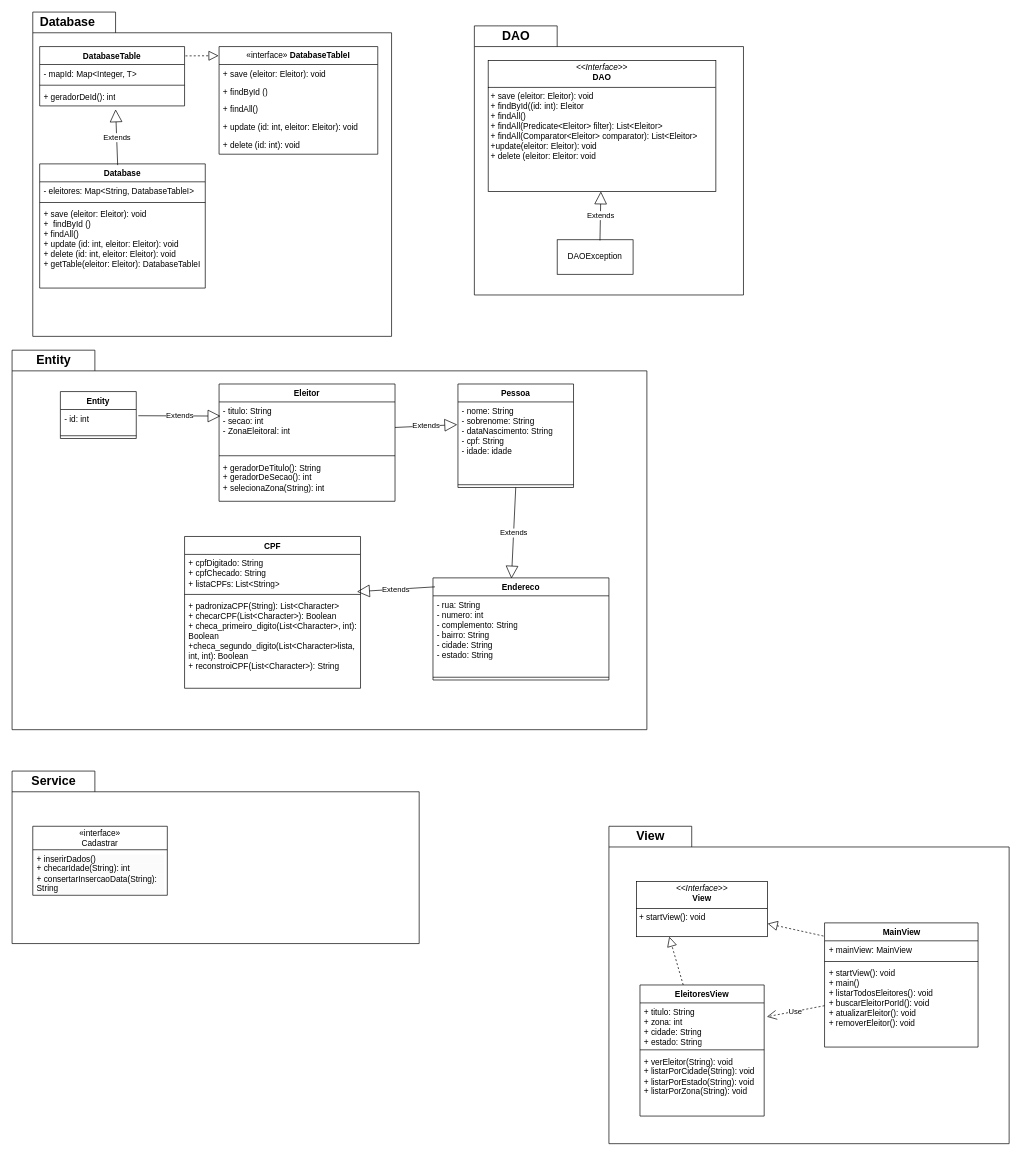
This is Diagrama sem nome.drawio from fseabra93/proj_final_LP2, a draw.io file, before an edit. Source tidied: cells renumbered, new cells numbered last; positions are measured from the earlier drawing's top-left corner, leaving out a move shared by most shapes. Both pictures are drawn from the tidied source at 69%, with x=0, y=0 at pixel (12, 12).
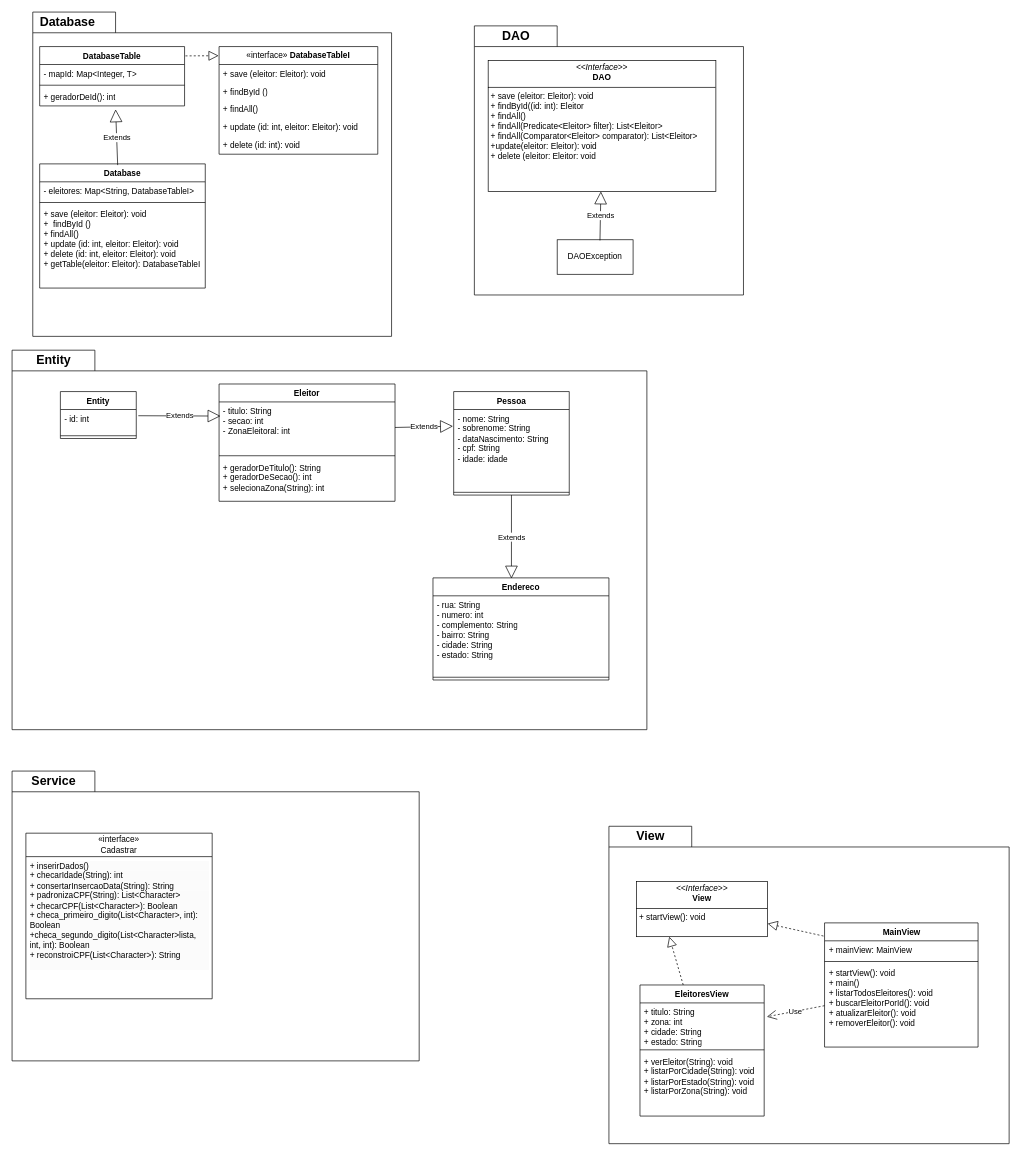
After the change.

The change refers to these unchanged cells:
```xml
<mxCell id="48" value="- titulo: String&lt;div&gt;- secao: int&lt;div&gt;&lt;div&gt;- ZonaEleitoral: int&lt;br&gt;&lt;/div&gt;&lt;/div&gt;&lt;/div&gt;&lt;div&gt;&lt;br&gt;&lt;/div&gt;" style="text;strokeColor=none;fillColor=none;align=left;verticalAlign=top;spacingLeft=4;spacingRight=4;overflow=hidden;points=[[0,0.5],[1,0.5]];portConstraint=eastwest;whiteSpace=wrap;html=1;" parent="47" vertex="1">
  <mxGeometry y="26" width="255" height="74" as="geometry" />
</mxCell>
<mxCell id="52" value="&lt;div&gt;- nome: String&lt;/div&gt;&lt;div&gt;- sobrenome: String&lt;/div&gt;&lt;div&gt;- dataNascimento: String&lt;/div&gt;&lt;div&gt;- cpf: String&lt;/div&gt;&lt;div&gt;- idade: idade&lt;/div&gt;" style="text;strokeColor=none;fillColor=none;align=left;verticalAlign=top;spacingLeft=4;spacingRight=4;overflow=hidden;points=[[0,0.5],[1,0.5]];portConstraint=eastwest;whiteSpace=wrap;html=1;" parent="51" vertex="1">
  <mxGeometry y="26" width="167.5" height="116" as="geometry" />
</mxCell>
<mxCell id="54" value="Endereco" style="swimlane;fontStyle=1;align=center;verticalAlign=top;horizontal=1;startSize=26;whiteSpace=wrap;html=1;" parent="1" vertex="1">
  <mxGeometry x="610" y="820" width="255" height="148" as="geometry" />
</mxCell>
```

Diff of the diagram source:
```diff
@@
     <mxCell id="44" style="shape=folder;fontStyle=1;spacingTop=10;tabWidth=120;tabHeight=30;tabPosition=left;html=1;whiteSpace=wrap;" parent="1" vertex="1">
-      <mxGeometry y="1100" width="590" height="250" as="geometry" />
+      <mxGeometry y="1100" width="590" height="420" as="geometry" />
     </mxCell>
@@
     <mxCell id="51" value="Pessoa" style="swimlane;fontStyle=1;align=center;verticalAlign=top;horizontal=1;startSize=26;whiteSpace=wrap;html=1;" parent="1" vertex="1">
-      <mxGeometry x="646.2" y="539" width="167.5" height="150" as="geometry" />
+      <mxGeometry x="640" y="550" width="167.5" height="150" as="geometry" />
     </mxCell>
@@
-    <mxCell id="57" value="CPF" style="swimlane;fontStyle=1;align=center;verticalAlign=top;horizontal=1;startSize=26;whiteSpace=wrap;html=1;" parent="1" vertex="1">
-      <mxGeometry x="250" y="760" width="255" height="220" as="geometry" />
-    </mxCell>
-    <mxCell id="58" value="+ cpfDigitado: String&lt;div&gt;+ cpfChecado: String&lt;/div&gt;&lt;div&gt;+ listaCPFs: List&amp;lt;String&amp;gt;&lt;/div&gt;" style="text;strokeColor=none;fillColor=none;align=left;verticalAlign=top;spacingLeft=4;spacingRight=4;overflow=hidden;whiteSpace=wrap;html=1;" parent="57" vertex="1">
-      <mxGeometry y="26" width="255" height="54" as="geometry" />
-    </mxCell>
-    <mxCell id="59" style="line;strokeWidth=1;fillColor=none;align=left;verticalAlign=middle;spacingTop=-1;spacingLeft=3;spacingRight=3;labelPosition=right;points=[];portConstraint=eastwest;strokeColor=inherit;" parent="57" vertex="1">
-      <mxGeometry y="80" width="255" height="8" as="geometry" />
-    </mxCell>
-    <mxCell id="60" value="+ padronizaCPF(String): List&amp;lt;Character&amp;gt;&lt;div&gt;+&amp;nbsp;checarCPF(List&amp;lt;Character&amp;gt;): Boolean&lt;br&gt;&lt;/div&gt;&lt;div&gt;+&amp;nbsp;checa_primeiro_digito(List&amp;lt;Character&amp;gt;, int): Boolean&lt;/div&gt;&lt;div&gt;+checa_segundo_digito(List&amp;lt;Character&amp;gt;lista, int, int): Boolean&lt;/div&gt;&lt;div&gt;+&amp;nbsp;reconstroiCPF(List&amp;lt;Character&amp;gt;): String&lt;/div&gt;&lt;div&gt;&lt;br&gt;&lt;/div&gt;" style="text;strokeColor=none;fillColor=none;align=left;verticalAlign=top;spacingLeft=4;spacingRight=4;overflow=hidden;whiteSpace=wrap;html=1;" parent="57" vertex="1">
-      <mxGeometry y="88" width="255" height="132" as="geometry" />
-    </mxCell>
@@
-    <mxCell id="62" value="Extends" style="endArrow=block;endSize=16;endFill=0;html=1;rounded=0;exitX=0.011;exitY=0.088;exitDx=0;exitDy=0;exitPerimeter=0;entryX=0.98;entryY=0;entryDx=0;entryDy=0;entryPerimeter=0;" parent="1" edge="1" source="54" target="59">
-      <mxGeometry relative="1" as="geometry" />
-    </mxCell>
-    <mxCell id="63" value="Extends" style="endArrow=block;endSize=16;endFill=0;html=1;rounded=0;exitX=1;exitY=0.5;exitDx=0;exitDy=0;entryX=-0.006;entryY=0.284;entryDx=0;entryDy=0;entryPerimeter=0;" parent="1" edge="1" source="48" target="52">
+    <mxCell id="63" value="Extends" style="endArrow=block;endSize=16;endFill=0;html=1;rounded=0;exitX=1;exitY=0.5;exitDx=0;exitDy=0;entryX=-0.006;entryY=0.209;entryDx=0;entryDy=0;entryPerimeter=0;" parent="1" edge="1" source="48" target="52">
       <mxGeometry relative="1" as="geometry" />
     </mxCell>
@@
     <mxCell id="65" value="&lt;div&gt;«interface»&lt;br&gt;&lt;/div&gt;Cadastrar" style="swimlane;fontStyle=0;horizontal=1;startSize=34;fillColor=none;whiteSpace=wrap;html=1;" parent="1" vertex="1">
-      <mxGeometry x="30" y="1180" width="195" height="100" as="geometry" />
+      <mxGeometry x="20" y="1190" width="270" height="240" as="geometry" />
     </mxCell>
-    <mxCell id="66" value="&lt;div style=&quot;forced-color-adjust: none; color: rgb(0, 0, 0); font-family: Helvetica; font-size: 12px; font-style: normal; font-variant-ligatures: normal; font-variant-caps: normal; font-weight: 400; letter-spacing: normal; orphans: 2; text-align: left; text-indent: 0px; text-transform: none; widows: 2; word-spacing: 0px; -webkit-text-stroke-width: 0px; white-space: normal; background-color: rgb(251, 251, 251); text-decoration-thickness: initial; text-decoration-style: initial; text-decoration-color: initial;&quot;&gt;+ inserirDados()&lt;/div&gt;&lt;div style=&quot;forced-color-adjust: none; color: rgb(0, 0, 0); font-family: Helvetica; font-size: 12px; font-style: normal; font-variant-ligatures: normal; font-variant-caps: normal; font-weight: 400; letter-spacing: normal; orphans: 2; text-align: left; text-indent: 0px; text-transform: none; widows: 2; word-spacing: 0px; -webkit-text-stroke-width: 0px; white-space: normal; background-color: rgb(251, 251, 251); text-decoration-thickness: initial; text-decoration-style: initial; text-decoration-color: initial;&quot;&gt;+ checarIdade(String): int&lt;/div&gt;&lt;div style=&quot;forced-color-adjust: none; color: rgb(0, 0, 0); font-family: Helvetica; font-size: 12px; font-style: normal; font-variant-ligatures: normal; font-variant-caps: normal; font-weight: 400; letter-spacing: normal; orphans: 2; text-align: left; text-indent: 0px; text-transform: none; widows: 2; word-spacing: 0px; -webkit-text-stroke-width: 0px; white-space: normal; background-color: rgb(251, 251, 251); text-decoration-thickness: initial; text-decoration-style: initial; text-decoration-color: initial;&quot;&gt;+&amp;nbsp;consertarInsercaoData(String): String&lt;/div&gt;" style="text;strokeColor=none;fillColor=none;align=left;verticalAlign=top;spacingLeft=4;spacingRight=4;overflow=hidden;whiteSpace=wrap;html=1;" parent="65" vertex="1">
-      <mxGeometry y="34" width="195" height="66" as="geometry" />
+    <mxCell id="66" value="&lt;div style=&quot;forced-color-adjust: none; color: rgb(0, 0, 0); font-family: Helvetica; font-size: 12px; font-style: normal; font-variant-ligatures: normal; font-variant-caps: normal; font-weight: 400; letter-spacing: normal; orphans: 2; text-align: left; text-indent: 0px; text-transform: none; widows: 2; word-spacing: 0px; -webkit-text-stroke-width: 0px; white-space: normal; background-color: rgb(251, 251, 251); text-decoration-thickness: initial; text-decoration-style: initial; text-decoration-color: initial;&quot;&gt;+ inserirDados()&lt;/div&gt;&lt;div style=&quot;forced-color-adjust: none; color: rgb(0, 0, 0); font-family: Helvetica; font-size: 12px; font-style: normal; font-variant-ligatures: normal; font-variant-caps: normal; font-weight: 400; letter-spacing: normal; orphans: 2; text-align: left; text-indent: 0px; text-transform: none; widows: 2; word-spacing: 0px; -webkit-text-stroke-width: 0px; white-space: normal; background-color: rgb(251, 251, 251); text-decoration-thickness: initial; text-decoration-style: initial; text-decoration-color: initial;&quot;&gt;+ checarIdade(String): int&lt;/div&gt;&lt;div style=&quot;forced-color-adjust: none; color: rgb(0, 0, 0); font-family: Helvetica; font-size: 12px; font-style: normal; font-variant-ligatures: normal; font-variant-caps: normal; font-weight: 400; letter-spacing: normal; orphans: 2; text-align: left; text-indent: 0px; text-transform: none; widows: 2; word-spacing: 0px; -webkit-text-stroke-width: 0px; white-space: normal; background-color: rgb(251, 251, 251); text-decoration-thickness: initial; text-decoration-style: initial; text-decoration-color: initial;&quot;&gt;+&amp;nbsp;consertarInsercaoData(String): String&lt;/div&gt;&lt;div style=&quot;forced-color-adjust: none; color: rgb(0, 0, 0); font-family: Helvetica; font-size: 12px; font-style: normal; font-variant-ligatures: normal; font-variant-caps: normal; font-weight: 400; letter-spacing: normal; orphans: 2; text-align: left; text-indent: 0px; text-transform: none; widows: 2; word-spacing: 0px; -webkit-text-stroke-width: 0px; white-space: normal; background-color: rgb(251, 251, 251); text-decoration-thickness: initial; text-decoration-style: initial; text-decoration-color: initial;&quot;&gt;+ padronizaCPF(String): List&amp;lt;Character&amp;gt;&lt;div&gt;+&amp;nbsp;checarCPF(List&amp;lt;Character&amp;gt;): Boolean&lt;br&gt;&lt;/div&gt;&lt;div&gt;+&amp;nbsp;checa_primeiro_digito(List&amp;lt;Character&amp;gt;, int): Boolean&lt;/div&gt;&lt;div&gt;+checa_segundo_digito(List&amp;lt;Character&amp;gt;lista, int, int): Boolean&lt;/div&gt;&lt;div&gt;+&amp;nbsp;reconstroiCPF(List&amp;lt;Character&amp;gt;): String&lt;/div&gt;&lt;div&gt;&lt;br&gt;&lt;/div&gt;&lt;/div&gt;" style="text;strokeColor=none;fillColor=none;align=left;verticalAlign=top;spacingLeft=4;spacingRight=4;overflow=hidden;whiteSpace=wrap;html=1;" parent="65" vertex="1">
+      <mxGeometry y="34" width="270" height="206" as="geometry" />
     </mxCell>
```
